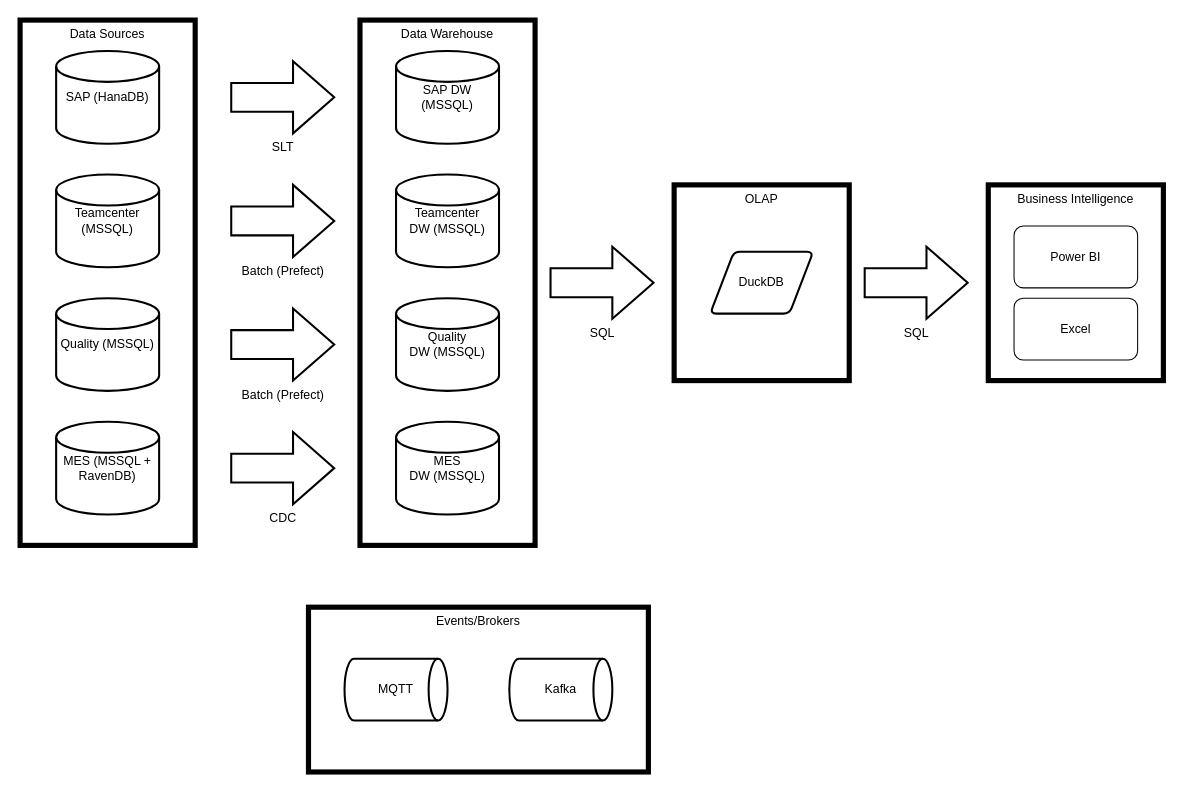
slidwell44/MIS6940_finalProject keeps this draw.io diagram as docs/diagrams/custom_data_lake_solution.drawio. Above is the earlier version. Source tidied: cells renumbered, new cells numbered last; positions are measured from the earlier drawing's top-left corner, leaving out a move shared by most shapes. Both pictures are drawn from the tidied source at 103%, with x=0, y=0 at pixel (20, 20).
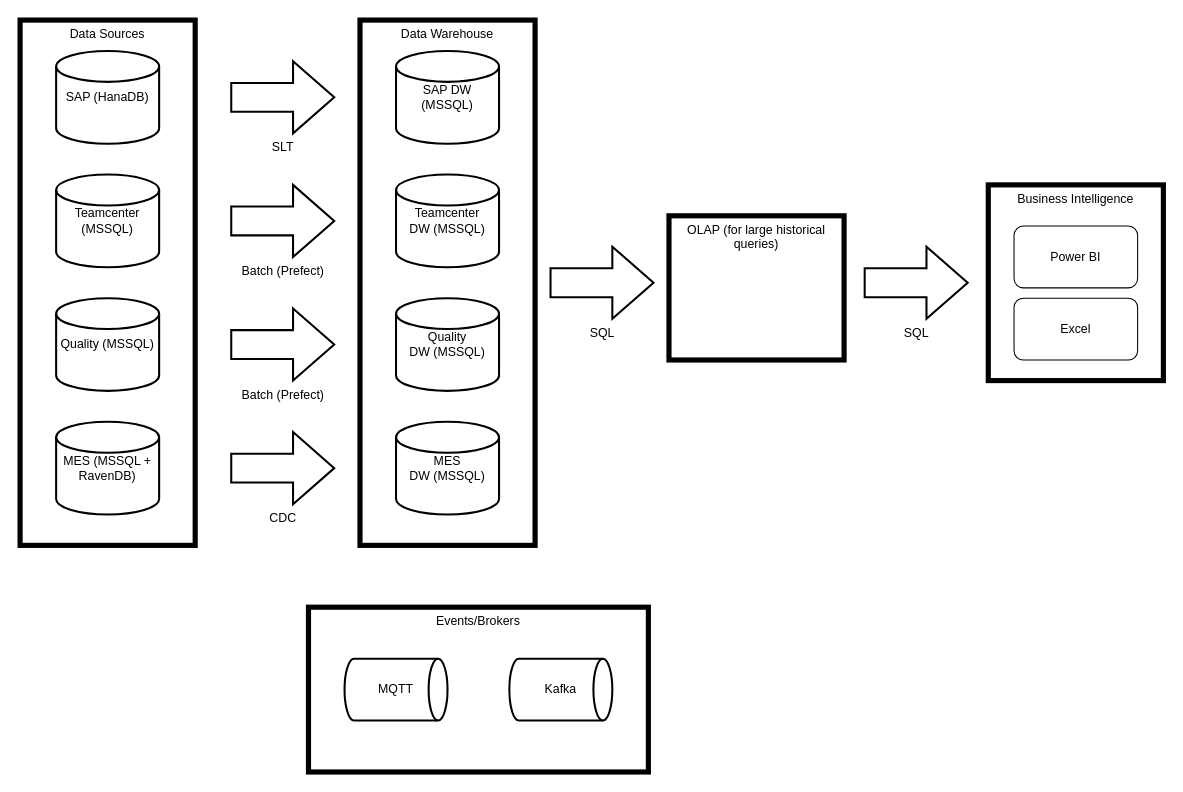
Above is the later version.

Diff of the diagram source:
```diff
@@
-    <mxCell id="3" value="OLAP" style="rounded=0;whiteSpace=wrap;html=1;fillColor=none;strokeWidth=5;verticalAlign=top;" parent="1" vertex="1">
-      <mxGeometry x="635" y="160" width="170" height="190" as="geometry" />
+    <mxCell id="3" value="OLAP (for large historical queries)" style="rounded=0;whiteSpace=wrap;html=1;fillColor=none;strokeWidth=5;verticalAlign=top;" parent="1" vertex="1">
+      <mxGeometry x="630" y="190" width="170" height="140" as="geometry" />
     </mxCell>
@@
-    <mxCell id="18" value="DuckDB" style="shape=parallelogram;html=1;strokeWidth=2;perimeter=parallelogramPerimeter;whiteSpace=wrap;rounded=1;arcSize=12;size=0.23;" parent="1" vertex="1">
-      <mxGeometry x="670" y="225" width="100" height="60" as="geometry" />
-    </mxCell>
```
